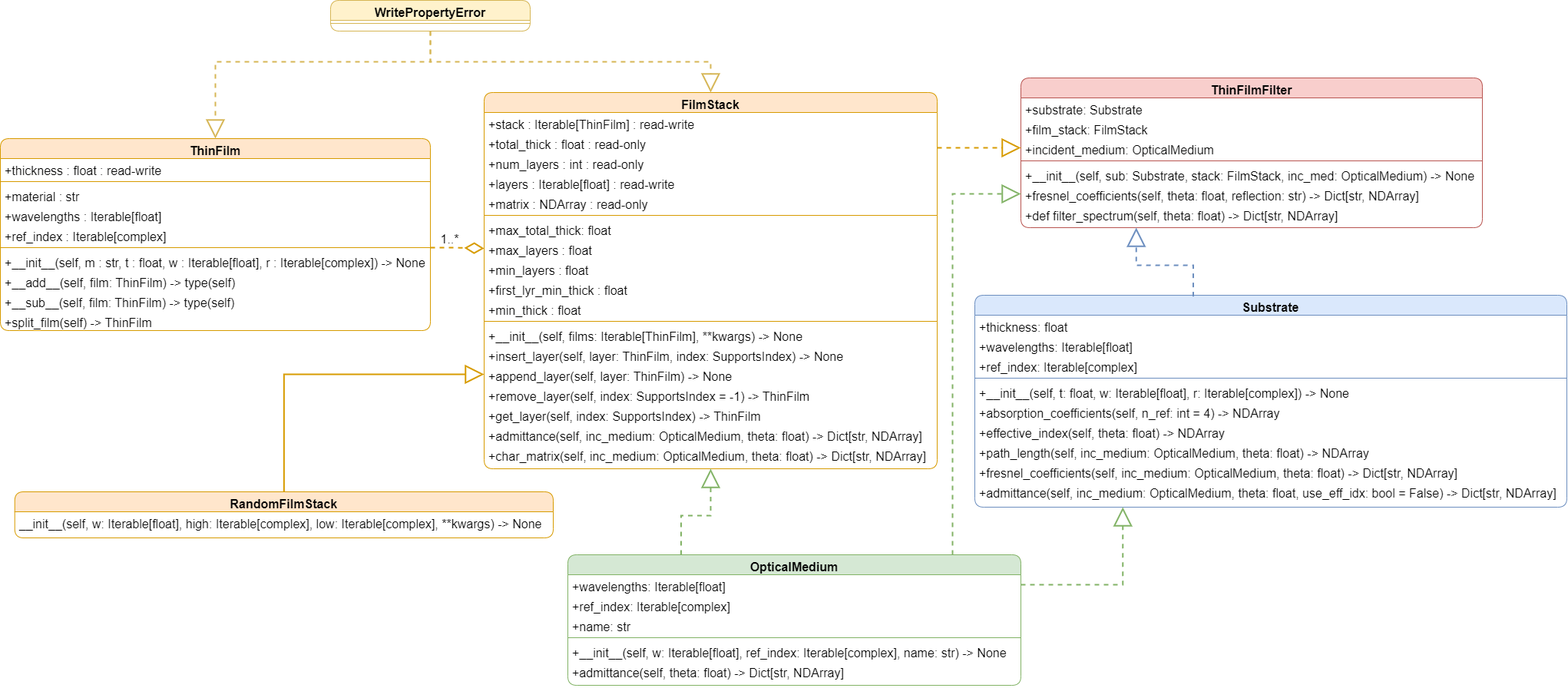
This is class_diagram.png from heath-smith/tff-lib, a draw.io export, as it was before one commit. Source tidied: cells renumbered, new cells last; positions are measured from the earlier drawing's top-left corner, leaving out a move shared by most shapes.
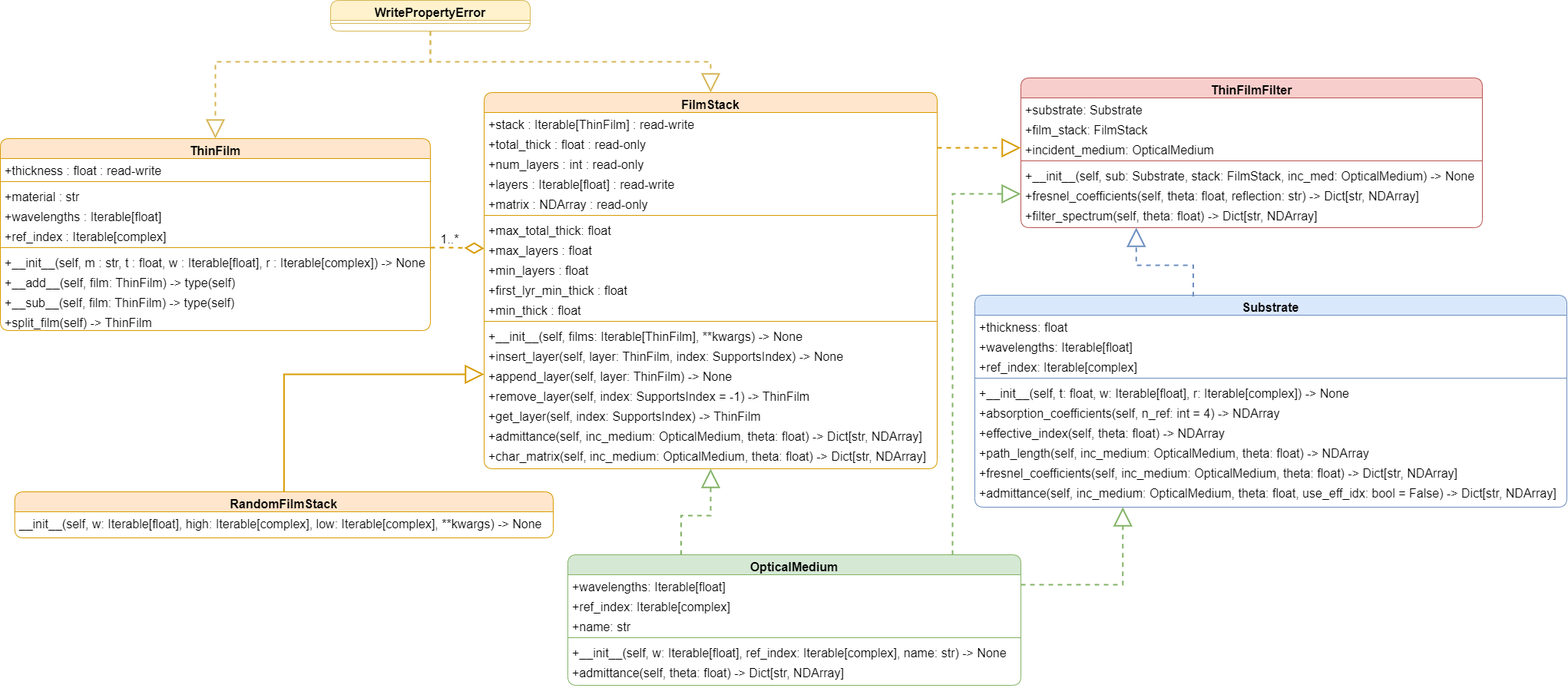
The same diagram one commit later.

What changed in the source:
```diff
@@ -128,7 +128,7 @@
     <mxCell id="43" value="+fresnel_coefficients(self, theta: float, reflection: str) -&gt; Dict[str, NDArray]" style="text;align=left;verticalAlign=top;spacingLeft=4;spacingRight=4;overflow=hidden;points=[[0,0.5],[1,0.5]];portConstraint=eastwest;fontSize=16;rounded=1;" parent="37" vertex="1">
       <mxGeometry y="138" width="601" height="26" as="geometry" />
     </mxCell>
-    <mxCell id="44" value="+def filter_spectrum(self, theta: float) -&gt; Dict[str, NDArray]" style="text;align=left;verticalAlign=top;spacingLeft=4;spacingRight=4;overflow=hidden;fontSize=16;rounded=1;" parent="37" vertex="1">
+    <mxCell id="44" value="+filter_spectrum(self, theta: float) -&gt; Dict[str, NDArray]" style="text;align=left;verticalAlign=top;spacingLeft=4;spacingRight=4;overflow=hidden;fontSize=16;rounded=1;" parent="37" vertex="1">
       <mxGeometry y="164" width="601" height="26" as="geometry" />
     </mxCell>
     <mxCell id="45" value="Substrate" style="swimlane;fontStyle=1;align=center;verticalAlign=top;horizontal=1;startSize=26;rounded=1;shadow=0;strokeWidth=1;fillColor=#dae8fc;strokeColor=#6c8ebf;fontSize=16;labelBackgroundColor=none;" parent="1" vertex="1">
```
